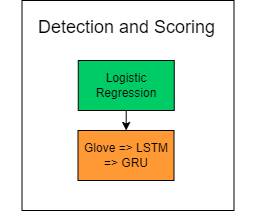
Before: report/detection.png, a diagram exported from draw.io (Better-Call-Soul/Soul-AI). Source tidied: cells renumbered, new cells last; positions are measured from the earlier drawing's top-left corner, leaving out a move shared by most shapes. Its diagram source:
```xml
<mxGraphModel>
  <root>
    <mxCell id="0" />
    <mxCell id="1" parent="0" />
    <mxCell id="2" style="rounded=0;whiteSpace=wrap;html=1;" parent="1" vertex="1">
      <mxGeometry x="21.5" width="212" height="210" as="geometry" />
    </mxCell>
    <mxCell id="3" value="&lt;font style=&quot;font-size: 18px;&quot;&gt;Detection and Scoring&lt;/font&gt;" style="text;html=1;strokeColor=none;fillColor=none;align=center;verticalAlign=middle;whiteSpace=wrap;rounded=0;" parent="1" vertex="1">
      <mxGeometry y="11.5" width="252.5" height="30" as="geometry" />
    </mxCell>
    <mxCell id="4" value="Glove =&amp;gt; LSTM&lt;br&gt;=&amp;gt; GRU" style="rounded=0;whiteSpace=wrap;html=1;fillColor=#FF9933;" parent="1" vertex="1">
      <mxGeometry x="77.5" y="130" width="96" height="50" as="geometry" />
    </mxCell>
    <mxCell id="5" style="edgeStyle=none;html=1;exitX=0.5;exitY=1;exitDx=0;exitDy=0;" parent="1" edge="1" source="6" target="4">
      <mxGeometry relative="1" as="geometry" />
    </mxCell>
    <mxCell id="6" value="Logistic Regression" style="rounded=0;whiteSpace=wrap;html=1;fillColor=#00CC66;" parent="1" vertex="1">
      <mxGeometry x="77.8" y="60" width="96" height="50" as="geometry" />
    </mxCell>
  </root>
</mxGraphModel>
```
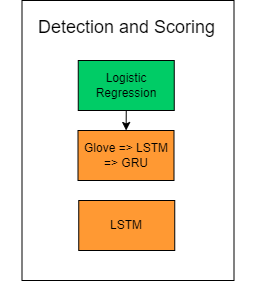
The same diagram one commit later.

Diff of the diagram source:
```diff
@@ -2,9 +2,9 @@
   <root>
     <mxCell id="0" />
     <mxCell id="1" parent="0" />
-    <mxCell id="2" style="rounded=0;whiteSpace=wrap;html=1;" parent="1" vertex="1">
-      <mxGeometry x="21.5" width="212" height="210" as="geometry" />
-    </mxCell>
+    <mxCell id="7" style="rounded=0;whiteSpace=wrap;html=1;" parent="1" vertex="1">
+      <mxGeometry x="21.5" width="212" height="280" as="geometry" />
+    </mxCell>
     <mxCell id="3" value="&lt;font style=&quot;font-size: 18px;&quot;&gt;Detection and Scoring&lt;/font&gt;" style="text;html=1;strokeColor=none;fillColor=none;align=center;verticalAlign=middle;whiteSpace=wrap;rounded=0;" parent="1" vertex="1">
       <mxGeometry y="11.5" width="252.5" height="30" as="geometry" />
     </mxCell>
@@ -17,5 +17,8 @@
     <mxCell id="6" value="Logistic Regression" style="rounded=0;whiteSpace=wrap;html=1;fillColor=#00CC66;" parent="1" vertex="1">
       <mxGeometry x="77.8" y="60" width="96" height="50" as="geometry" />
     </mxCell>
+    <mxCell id="8" value="LSTM" style="rounded=0;whiteSpace=wrap;html=1;fillColor=#FF9933;" parent="1" vertex="1">
+      <mxGeometry x="78.2" y="200" width="96" height="50" as="geometry" />
+    </mxCell>
   </root>
 </mxGraphModel>
```
